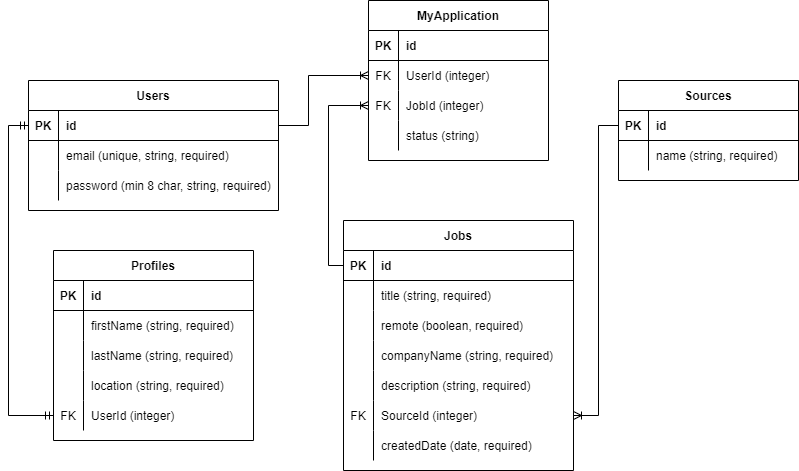
Earlier version of the draw.io export sambilan-schema.png (rmt-22-verona-fox/p2-iproject-server). Source tidied: cells renumbered, new cells last; positions are measured from the earlier drawing's top-left corner, leaving out a move shared by most shapes.
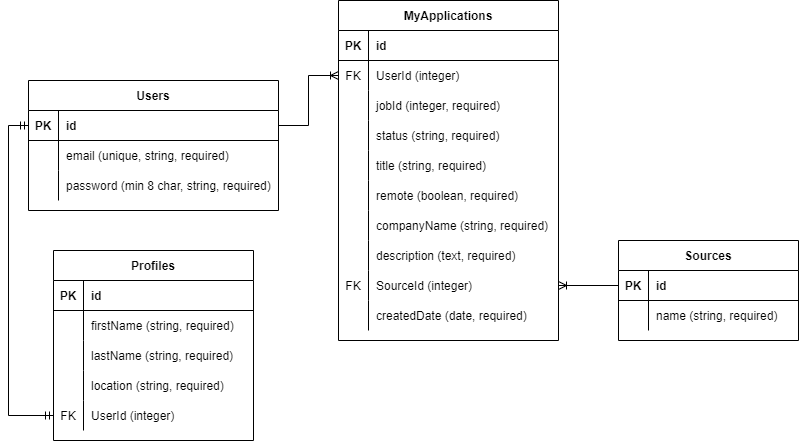
Later version of the same file.

Change to the diagram source:
```diff
@@ -32,72 +32,6 @@
     <mxCell id="11" value="password (min 8 char, string, required)" style="shape=partialRectangle;fillColor=none;top=0;left=0;bottom=0;right=0;align=left;spacingLeft=6;overflow=hidden;" parent="9" vertex="1">
       <mxGeometry x="30" width="220" height="30" as="geometry" />
     </mxCell>
-    <mxCell id="12" value="Jobs" style="shape=table;startSize=30;rowLines=0;fontStyle=1;align=center;" parent="1" vertex="1">
-      <mxGeometry x="335" y="220" width="230" height="250" as="geometry" />
-    </mxCell>
-    <mxCell id="13" style="shape=tableRow;horizontal=0;startSize=0;swimlaneHead=0;swimlaneBody=0;fillColor=none;points=[[0,0.5],[1,0.5]];portConstraint=eastwest;top=0;left=0;right=0;bottom=1;" parent="12" vertex="1">
-      <mxGeometry y="30" width="230" height="30" as="geometry" />
-    </mxCell>
-    <mxCell id="14" value="PK" style="shape=partialRectangle;fillColor=none;top=0;left=0;bottom=0;right=0;fontStyle=1;overflow=hidden;" parent="13" vertex="1">
-      <mxGeometry width="30" height="30" as="geometry" />
-    </mxCell>
-    <mxCell id="15" value="id" style="shape=partialRectangle;fillColor=none;top=0;left=0;bottom=0;right=0;align=left;spacingLeft=6;fontStyle=1;overflow=hidden;" parent="13" vertex="1">
-      <mxGeometry x="30" width="200" height="30" as="geometry" />
-    </mxCell>
-    <mxCell id="16" style="shape=tableRow;horizontal=0;startSize=0;swimlaneHead=0;swimlaneBody=0;fillColor=none;top=0;left=0;right=0;bottom=0;" parent="12" vertex="1">
-      <mxGeometry y="60" width="230" height="30" as="geometry" />
-    </mxCell>
-    <mxCell id="17" style="shape=partialRectangle;fillColor=none;top=0;left=0;bottom=0;right=0;overflow=hidden;" parent="16" vertex="1">
-      <mxGeometry width="30" height="30" as="geometry" />
-    </mxCell>
-    <mxCell id="18" value="title (string, required)" style="shape=partialRectangle;fillColor=none;top=0;left=0;bottom=0;right=0;align=left;spacingLeft=6;overflow=hidden;" parent="16" vertex="1">
-      <mxGeometry x="30" width="200" height="30" as="geometry" />
-    </mxCell>
-    <mxCell id="19" style="shape=tableRow;horizontal=0;startSize=0;swimlaneHead=0;swimlaneBody=0;fillColor=none;top=0;left=0;right=0;bottom=0;" parent="12" vertex="1">
-      <mxGeometry y="90" width="230" height="30" as="geometry" />
-    </mxCell>
-    <mxCell id="20" style="shape=partialRectangle;fillColor=none;top=0;left=0;bottom=0;right=0;overflow=hidden;" parent="19" vertex="1">
-      <mxGeometry width="30" height="30" as="geometry" />
-    </mxCell>
-    <mxCell id="21" value="remote (boolean, required)" style="shape=partialRectangle;fillColor=none;top=0;left=0;bottom=0;right=0;align=left;spacingLeft=6;overflow=hidden;" parent="19" vertex="1">
-      <mxGeometry x="30" width="200" height="30" as="geometry" />
-    </mxCell>
-    <mxCell id="22" style="shape=tableRow;horizontal=0;startSize=0;swimlaneHead=0;swimlaneBody=0;fillColor=none;top=0;left=0;right=0;bottom=0;" parent="12" vertex="1">
-      <mxGeometry y="120" width="230" height="30" as="geometry" />
-    </mxCell>
-    <mxCell id="23" style="shape=partialRectangle;fillColor=none;top=0;left=0;bottom=0;right=0;overflow=hidden;" parent="22" vertex="1">
-      <mxGeometry width="30" height="30" as="geometry" />
-    </mxCell>
-    <mxCell id="24" value="companyName (string, required)" style="shape=partialRectangle;fillColor=none;top=0;left=0;bottom=0;right=0;align=left;spacingLeft=6;overflow=hidden;" parent="22" vertex="1">
-      <mxGeometry x="30" width="200" height="30" as="geometry" />
-    </mxCell>
-    <mxCell id="25" style="shape=tableRow;horizontal=0;startSize=0;swimlaneHead=0;swimlaneBody=0;fillColor=none;top=0;left=0;right=0;bottom=0;" parent="12" vertex="1">
-      <mxGeometry y="150" width="230" height="30" as="geometry" />
-    </mxCell>
-    <mxCell id="26" style="shape=partialRectangle;fillColor=none;top=0;left=0;bottom=0;right=0;overflow=hidden;" parent="25" vertex="1">
-      <mxGeometry width="30" height="30" as="geometry" />
-    </mxCell>
-    <mxCell id="27" value="description (string, required)" style="shape=partialRectangle;fillColor=none;top=0;left=0;bottom=0;right=0;align=left;spacingLeft=6;overflow=hidden;" parent="25" vertex="1">
-      <mxGeometry x="30" width="200" height="30" as="geometry" />
-    </mxCell>
-    <mxCell id="28" style="shape=tableRow;horizontal=0;startSize=0;swimlaneHead=0;swimlaneBody=0;fillColor=none;points=[[0,0.5],[1,0.5]];portConstraint=eastwest;top=0;left=0;right=0;bottom=0;" parent="12" vertex="1">
-      <mxGeometry y="180" width="230" height="30" as="geometry" />
-    </mxCell>
-    <mxCell id="29" value="FK" style="shape=partialRectangle;fillColor=none;top=0;left=0;bottom=0;right=0;overflow=hidden;" parent="28" vertex="1">
-      <mxGeometry width="30" height="30" as="geometry" />
-    </mxCell>
-    <mxCell id="30" value="SourceId (integer)" style="shape=partialRectangle;fillColor=none;top=0;left=0;bottom=0;right=0;align=left;spacingLeft=6;overflow=hidden;" parent="28" vertex="1">
-      <mxGeometry x="30" width="200" height="30" as="geometry" />
-    </mxCell>
-    <mxCell id="31" style="shape=tableRow;horizontal=0;startSize=0;swimlaneHead=0;swimlaneBody=0;fillColor=none;top=0;left=0;right=0;bottom=0;" parent="12" vertex="1">
-      <mxGeometry y="210" width="230" height="30" as="geometry" />
-    </mxCell>
-    <mxCell id="32" style="shape=partialRectangle;fillColor=none;top=0;left=0;bottom=0;right=0;overflow=hidden;" parent="31" vertex="1">
-      <mxGeometry width="30" height="30" as="geometry" />
-    </mxCell>
-    <mxCell id="33" value="createdDate (date, required)" style="shape=partialRectangle;fillColor=none;top=0;left=0;bottom=0;right=0;align=left;spacingLeft=6;overflow=hidden;" parent="31" vertex="1">
-      <mxGeometry x="30" width="200" height="30" as="geometry" />
-    </mxCell>
     <mxCell id="34" value="Profiles" style="shape=table;startSize=30;rowLines=0;fontStyle=1;align=center;" parent="1" vertex="1">
       <mxGeometry x="45" y="250" width="200" height="190" as="geometry" />
     </mxCell>
@@ -154,45 +88,99 @@
         </Array>
       </mxGeometry>
     </mxCell>
-    <mxCell id="51" value="MyApplication" style="shape=table;startSize=30;rowLines=0;fontStyle=1;align=center;" parent="1" vertex="1">
-      <mxGeometry x="360" width="180" height="160" as="geometry" />
+    <mxCell id="51" value="MyApplications" style="shape=table;startSize=30;rowLines=0;fontStyle=1;align=center;" parent="1" vertex="1">
+      <mxGeometry x="330" width="220" height="340" as="geometry" />
     </mxCell>
     <mxCell id="52" style="shape=tableRow;horizontal=0;startSize=0;swimlaneHead=0;swimlaneBody=0;fillColor=none;top=0;left=0;right=0;bottom=1;" parent="51" vertex="1">
-      <mxGeometry y="30" width="180" height="30" as="geometry" />
+      <mxGeometry y="30" width="220" height="30" as="geometry" />
     </mxCell>
     <mxCell id="53" value="PK" style="shape=partialRectangle;fillColor=none;top=0;left=0;bottom=0;right=0;fontStyle=1;overflow=hidden;" parent="52" vertex="1">
       <mxGeometry width="30" height="30" as="geometry" />
     </mxCell>
     <mxCell id="54" value="id" style="shape=partialRectangle;fillColor=none;top=0;left=0;bottom=0;right=0;align=left;spacingLeft=6;fontStyle=1;overflow=hidden;" parent="52" vertex="1">
-      <mxGeometry x="30" width="150" height="30" as="geometry" />
+      <mxGeometry x="30" width="190" height="30" as="geometry" />
     </mxCell>
     <mxCell id="55" style="shape=tableRow;horizontal=0;startSize=0;swimlaneHead=0;swimlaneBody=0;fillColor=none;points=[[0,0.5],[1,0.5]];portConstraint=eastwest;top=0;left=0;right=0;bottom=0;" parent="51" vertex="1">
-      <mxGeometry y="60" width="180" height="30" as="geometry" />
+      <mxGeometry y="60" width="220" height="30" as="geometry" />
     </mxCell>
     <mxCell id="56" value="FK" style="shape=partialRectangle;fillColor=none;top=0;left=0;bottom=0;right=0;overflow=hidden;" parent="55" vertex="1">
       <mxGeometry width="30" height="30" as="geometry" />
     </mxCell>
     <mxCell id="57" value="UserId (integer)" style="shape=partialRectangle;fillColor=none;top=0;left=0;bottom=0;right=0;align=left;spacingLeft=6;overflow=hidden;" parent="55" vertex="1">
-      <mxGeometry x="30" width="150" height="30" as="geometry" />
+      <mxGeometry x="30" width="190" height="30" as="geometry" />
     </mxCell>
     <mxCell id="58" style="shape=tableRow;horizontal=0;startSize=0;swimlaneHead=0;swimlaneBody=0;fillColor=none;points=[[0,0.5],[1,0.5]];portConstraint=eastwest;top=0;left=0;right=0;bottom=0;" parent="51" vertex="1">
-      <mxGeometry y="90" width="180" height="30" as="geometry" />
+      <mxGeometry y="90" width="220" height="30" as="geometry" />
     </mxCell>
-    <mxCell id="59" value="FK" style="shape=partialRectangle;fillColor=none;top=0;left=0;bottom=0;right=0;overflow=hidden;" parent="58" vertex="1">
+    <mxCell id="59" style="shape=partialRectangle;fillColor=none;top=0;left=0;bottom=0;right=0;overflow=hidden;" parent="58" vertex="1">
       <mxGeometry width="30" height="30" as="geometry" />
     </mxCell>
-    <mxCell id="60" value="JobId (integer)" style="shape=partialRectangle;fillColor=none;top=0;left=0;bottom=0;right=0;align=left;spacingLeft=6;overflow=hidden;" parent="58" vertex="1">
-      <mxGeometry x="30" width="150" height="30" as="geometry" />
+    <mxCell id="60" value="jobId (integer, required)" style="shape=partialRectangle;fillColor=none;top=0;left=0;bottom=0;right=0;align=left;spacingLeft=6;overflow=hidden;" parent="58" vertex="1">
+      <mxGeometry x="30" width="190" height="30" as="geometry" />
     </mxCell>
     <mxCell id="61" style="shape=tableRow;horizontal=0;startSize=0;swimlaneHead=0;swimlaneBody=0;fillColor=none;top=0;left=0;right=0;bottom=0;" parent="51" vertex="1">
-      <mxGeometry y="120" width="180" height="30" as="geometry" />
+      <mxGeometry y="120" width="220" height="30" as="geometry" />
     </mxCell>
     <mxCell id="62" style="shape=partialRectangle;fillColor=none;top=0;left=0;bottom=0;right=0;overflow=hidden;" parent="61" vertex="1">
       <mxGeometry width="30" height="30" as="geometry" />
     </mxCell>
-    <mxCell id="63" value="status (string)" style="shape=partialRectangle;fillColor=none;top=0;left=0;bottom=0;right=0;align=left;spacingLeft=6;overflow=hidden;" parent="61" vertex="1">
-      <mxGeometry x="30" width="150" height="30" as="geometry" />
+    <mxCell id="63" value="status (string, required)" style="shape=partialRectangle;fillColor=none;top=0;left=0;bottom=0;right=0;align=left;spacingLeft=6;overflow=hidden;" parent="61" vertex="1">
+      <mxGeometry x="30" width="190" height="30" as="geometry" />
     </mxCell>
+    <mxCell id="74" style="shape=tableRow;horizontal=0;startSize=0;swimlaneHead=0;swimlaneBody=0;fillColor=none;top=0;left=0;right=0;bottom=0;" parent="51" vertex="1">
+      <mxGeometry y="150" width="220" height="30" as="geometry" />
+    </mxCell>
+    <mxCell id="75" style="shape=partialRectangle;fillColor=none;top=0;left=0;bottom=0;right=0;overflow=hidden;" parent="74" vertex="1">
+      <mxGeometry width="30" height="30" as="geometry" />
+    </mxCell>
+    <mxCell id="18" value="title (string, required)" style="shape=partialRectangle;fillColor=none;top=0;left=0;bottom=0;right=0;align=left;spacingLeft=6;overflow=hidden;" parent="74" vertex="1">
+      <mxGeometry x="30" width="190" height="30" as="geometry" />
+    </mxCell>
+    <mxCell id="76" style="shape=tableRow;horizontal=0;startSize=0;swimlaneHead=0;swimlaneBody=0;fillColor=none;top=0;left=0;right=0;bottom=0;" parent="51" vertex="1">
+      <mxGeometry y="180" width="220" height="30" as="geometry" />
+    </mxCell>
+    <mxCell id="77" style="shape=partialRectangle;fillColor=none;top=0;left=0;bottom=0;right=0;overflow=hidden;" parent="76" vertex="1">
+      <mxGeometry width="30" height="30" as="geometry" />
+    </mxCell>
+    <mxCell id="21" value="remote (boolean, required)" style="shape=partialRectangle;fillColor=none;top=0;left=0;bottom=0;right=0;align=left;spacingLeft=6;overflow=hidden;" parent="76" vertex="1">
+      <mxGeometry x="30" width="190" height="30" as="geometry" />
+    </mxCell>
+    <mxCell id="78" style="shape=tableRow;horizontal=0;startSize=0;swimlaneHead=0;swimlaneBody=0;fillColor=none;top=0;left=0;right=0;bottom=0;" parent="51" vertex="1">
+      <mxGeometry y="210" width="220" height="30" as="geometry" />
+    </mxCell>
+    <mxCell id="79" style="shape=partialRectangle;fillColor=none;top=0;left=0;bottom=0;right=0;overflow=hidden;" parent="78" vertex="1">
+      <mxGeometry width="30" height="30" as="geometry" />
+    </mxCell>
+    <mxCell id="24" value="companyName (string, required)" style="shape=partialRectangle;fillColor=none;top=0;left=0;bottom=0;right=0;align=left;spacingLeft=6;overflow=hidden;" parent="78" vertex="1">
+      <mxGeometry x="30" width="190" height="30" as="geometry" />
+    </mxCell>
+    <mxCell id="80" style="shape=tableRow;horizontal=0;startSize=0;swimlaneHead=0;swimlaneBody=0;fillColor=none;top=0;left=0;right=0;bottom=0;" parent="51" vertex="1">
+      <mxGeometry y="240" width="220" height="30" as="geometry" />
+    </mxCell>
+    <mxCell id="81" style="shape=partialRectangle;fillColor=none;top=0;left=0;bottom=0;right=0;overflow=hidden;" parent="80" vertex="1">
+      <mxGeometry width="30" height="30" as="geometry" />
+    </mxCell>
+    <mxCell id="82" value="description (text, required)" style="shape=partialRectangle;fillColor=none;top=0;left=0;bottom=0;right=0;align=left;spacingLeft=6;overflow=hidden;" parent="80" vertex="1">
+      <mxGeometry x="30" width="190" height="30" as="geometry" />
+    </mxCell>
+    <mxCell id="83" style="shape=tableRow;horizontal=0;startSize=0;swimlaneHead=0;swimlaneBody=0;fillColor=none;points=[[0,0.5],[1,0.5]];portConstraint=eastwest;top=0;left=0;right=0;bottom=0;" parent="51" vertex="1">
+      <mxGeometry y="270" width="220" height="30" as="geometry" />
+    </mxCell>
+    <mxCell id="29" value="FK" style="shape=partialRectangle;fillColor=none;top=0;left=0;bottom=0;right=0;overflow=hidden;" parent="83" vertex="1">
+      <mxGeometry width="30" height="30" as="geometry" />
+    </mxCell>
+    <mxCell id="30" value="SourceId (integer)" style="shape=partialRectangle;fillColor=none;top=0;left=0;bottom=0;right=0;align=left;spacingLeft=6;overflow=hidden;" parent="83" vertex="1">
+      <mxGeometry x="30" width="190" height="30" as="geometry" />
+    </mxCell>
+    <mxCell id="84" style="shape=tableRow;horizontal=0;startSize=0;swimlaneHead=0;swimlaneBody=0;fillColor=none;top=0;left=0;right=0;bottom=0;" parent="51" vertex="1">
+      <mxGeometry y="300" width="220" height="30" as="geometry" />
+    </mxCell>
+    <mxCell id="85" style="shape=partialRectangle;fillColor=none;top=0;left=0;bottom=0;right=0;overflow=hidden;" parent="84" vertex="1">
+      <mxGeometry width="30" height="30" as="geometry" />
+    </mxCell>
+    <mxCell id="33" value="createdDate (date, required)" style="shape=partialRectangle;fillColor=none;top=0;left=0;bottom=0;right=0;align=left;spacingLeft=6;overflow=hidden;" parent="84" vertex="1">
+      <mxGeometry x="30" width="190" height="30" as="geometry" />
+    </mxCell>
     <mxCell id="64" style="edgeStyle=orthogonalEdgeStyle;fontSize=12;html=1;endArrow=ERoneToMany;rounded=0;entryX=0;entryY=0.5;entryDx=0;entryDy=0;exitX=1;exitY=0.5;exitDx=0;exitDy=0;" parent="1" edge="1" source="3" target="55">
       <mxGeometry relative="1" as="geometry">
         <Array as="points">
@@ -201,16 +189,8 @@
         </Array>
       </mxGeometry>
     </mxCell>
-    <mxCell id="65" style="edgeStyle=orthogonalEdgeStyle;fontSize=12;html=1;endArrow=ERoneToMany;rounded=0;entryX=0;entryY=0.5;entryDx=0;entryDy=0;exitX=0;exitY=0.5;exitDx=0;exitDy=0;" parent="1" edge="1" source="13" target="58">
-      <mxGeometry relative="1" as="geometry">
-        <Array as="points">
-          <mxPoint x="320" y="265" />
-          <mxPoint x="320" y="105" />
-        </Array>
-      </mxGeometry>
-    </mxCell>
     <mxCell id="66" value="Sources" style="shape=table;startSize=30;rowLines=0;fontStyle=1;align=center;" parent="1" vertex="1">
-      <mxGeometry x="610" y="80" width="180" height="100" as="geometry" />
+      <mxGeometry x="610" y="240" width="180" height="100" as="geometry" />
     </mxCell>
     <mxCell id="67" style="shape=tableRow;horizontal=0;startSize=0;swimlaneHead=0;swimlaneBody=0;fillColor=none;points=[[0,0.5],[1,0.5]];portConstraint=eastwest;top=0;left=0;right=0;bottom=1;" parent="66" vertex="1">
       <mxGeometry y="30" width="180" height="30" as="geometry" />
@@ -230,13 +210,8 @@
     <mxCell id="72" value="name (string, required)" style="shape=partialRectangle;fillColor=none;top=0;left=0;bottom=0;right=0;align=left;spacingLeft=6;overflow=hidden;" parent="70" vertex="1">
       <mxGeometry x="30" width="150" height="30" as="geometry" />
     </mxCell>
-    <mxCell id="73" style="edgeStyle=orthogonalEdgeStyle;fontSize=12;html=1;endArrow=none;rounded=0;entryX=0;entryY=0.5;entryDx=0;entryDy=0;exitX=1;exitY=0.5;exitDx=0;exitDy=0;startArrow=ERoneToMany;startFill=0;endFill=0;" parent="1" edge="1" source="28" target="67">
-      <mxGeometry relative="1" as="geometry">
-        <Array as="points">
-          <mxPoint x="590" y="415" />
-          <mxPoint x="590" y="125" />
-        </Array>
-      </mxGeometry>
-    </mxCell>
+    <mxCell id="86" style="edgeStyle=orthogonalEdgeStyle;fontSize=12;html=1;endArrow=ERoneToMany;rounded=0;entryX=1;entryY=0.5;entryDx=0;entryDy=0;exitX=0;exitY=0.5;exitDx=0;exitDy=0;" parent="1" edge="1" source="67" target="83">
+      <mxGeometry relative="1" as="geometry" />
+    </mxCell>
   </root>
 </mxGraphModel>
```
